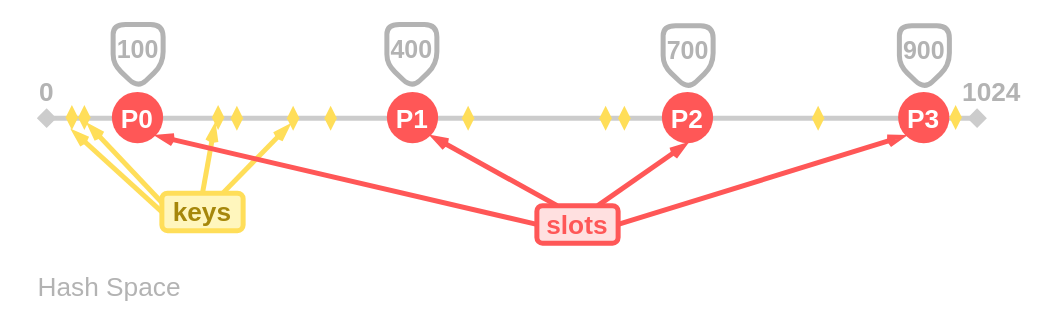
Before: page "Line" (1 of 3) of drawio files/Consisten hashing space.drawio in inesp/inesp.github.io, a draw.io diagram. Source tidied: cells renumbered, new cells numbered last; positions are measured from the earlier drawing's top-left corner, leaving out a move shared by most shapes. Both pictures are drawn from the tidied source at 125%, with x=0, y=0 at pixel (21, 24).
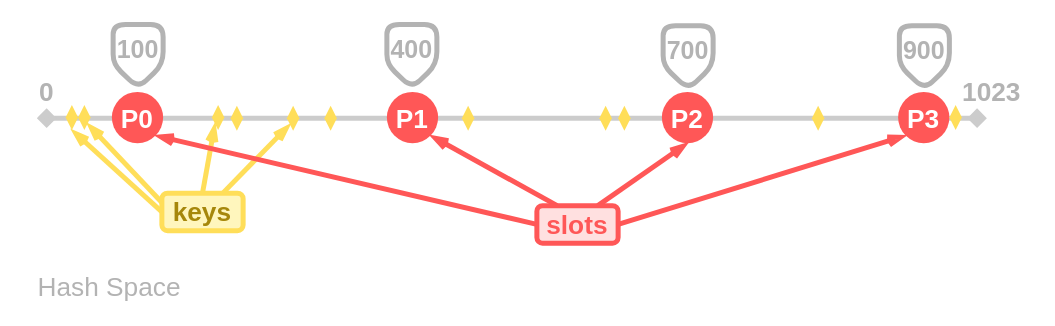
The same diagram, later.

Unchanged cells that the change refers to:
```xml
<mxCell id="2" style="group;" parent="1" vertex="1">
  <mxGeometry y="44" width="810" height="31" as="geometry" />
</mxCell>
```

Change to the diagram source:
```diff
@@
-    <mxCell id="3" value="1024" style="text;html=1;strokeColor=none;fillColor=none;align=center;verticalAlign=middle;whiteSpace=wrap;rounded=0;fontStyle=1;fontSize=21;fontColor=#B3B3B3;" parent="2" vertex="1">
+    <mxCell id="3" value="1023" style="text;html=1;strokeColor=none;fillColor=none;align=center;verticalAlign=middle;whiteSpace=wrap;rounded=0;fontStyle=1;fontSize=21;fontColor=#B3B3B3;" parent="2" vertex="1">
       <mxGeometry x="742" width="68" height="20" as="geometry" />
     </mxCell>
```
